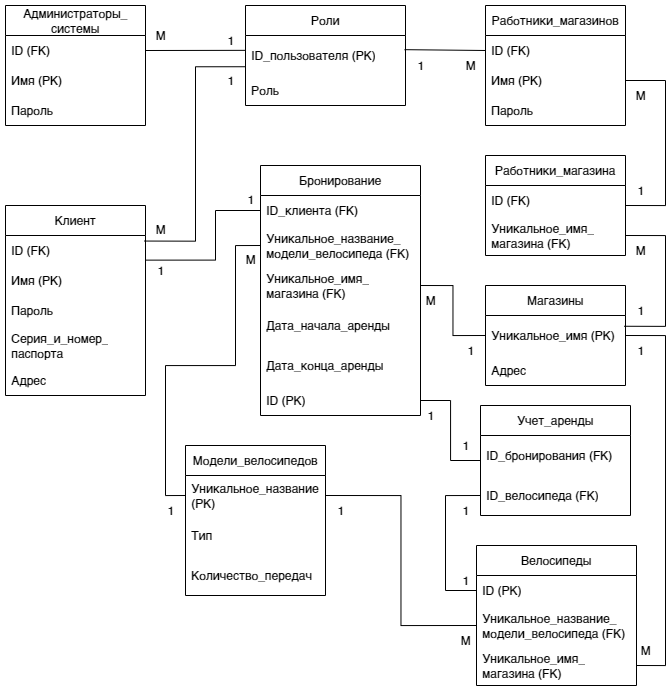
The draw.io diagram img/Диаграммы проката велосипедов-Реляционная модель.drawio.png in GeorgeAlwaysWin/BikeRent, before a commit. Source tidied: cells renumbered, new cells last; positions are measured from the earlier drawing's top-left corner, leaving out a move shared by most shapes.
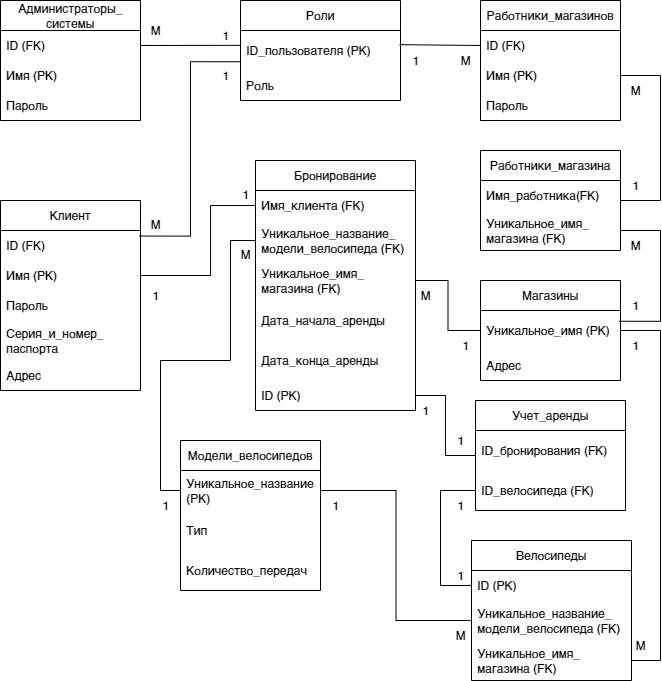
The same file after the commit.

The edit, as a diff of the source:
```diff
@@ -56,7 +56,7 @@
     <mxCell id="19" value="Работники_магазина" style="swimlane;fontStyle=0;horizontal=1;startSize=30;whiteSpace=wrap;html=1;strokeColor=default;align=center;verticalAlign=middle;fontFamily=Helvetica;fontSize=12;fontColor=default;labelBackgroundColor=default;fillColor=default;" parent="1" vertex="1">
       <mxGeometry x="480" y="150" width="140" height="100" as="geometry" />
     </mxCell>
-    <mxCell id="20" value="ID (FK)" style="text;strokeColor=none;fillColor=none;align=left;verticalAlign=middle;spacingLeft=4;spacingRight=4;overflow=hidden;whiteSpace=wrap;html=1;fontFamily=Helvetica;fontSize=12;fontColor=default;labelBackgroundColor=default;" parent="19" vertex="1">
+    <mxCell id="20" value="Имя_работника(FK)" style="text;strokeColor=none;fillColor=none;align=left;verticalAlign=middle;spacingLeft=4;spacingRight=4;overflow=hidden;whiteSpace=wrap;html=1;fontFamily=Helvetica;fontSize=12;fontColor=default;labelBackgroundColor=default;" parent="19" vertex="1">
       <mxGeometry y="30" width="140" height="30" as="geometry" />
     </mxCell>
     <mxCell id="21" value="Уникальное_имя_&lt;div&gt;магазина (FK)&lt;/div&gt;" style="text;strokeColor=none;fillColor=none;align=left;verticalAlign=middle;spacingLeft=4;spacingRight=4;overflow=hidden;points=[[0,0.5],[1,0.5]];portConstraint=eastwest;whiteSpace=wrap;html=1;fontFamily=Helvetica;fontSize=12;fontColor=default;labelBackgroundColor=default;" parent="19" vertex="1">
@@ -98,7 +98,7 @@
     <mxCell id="33" value="Бронирование" style="swimlane;fontStyle=0;horizontal=1;startSize=30;whiteSpace=wrap;html=1;strokeColor=default;align=center;verticalAlign=middle;fontFamily=Helvetica;fontSize=12;fontColor=default;labelBackgroundColor=default;fillColor=default;" parent="1" vertex="1">
       <mxGeometry x="255" y="160" width="160" height="250" as="geometry" />
     </mxCell>
-    <mxCell id="34" value="ID_клиента (FK)" style="text;strokeColor=none;fillColor=none;align=left;verticalAlign=middle;spacingLeft=4;spacingRight=4;overflow=hidden;points=[[0,0.5],[1,0.5]];portConstraint=eastwest;whiteSpace=wrap;html=1;fontFamily=Helvetica;fontSize=12;fontColor=default;labelBackgroundColor=default;" parent="33" vertex="1">
+    <mxCell id="34" value="Имя_клиента (FK)" style="text;strokeColor=none;fillColor=none;align=left;verticalAlign=middle;spacingLeft=4;spacingRight=4;overflow=hidden;points=[[0,0.5],[1,0.5]];portConstraint=eastwest;whiteSpace=wrap;html=1;fontFamily=Helvetica;fontSize=12;fontColor=default;labelBackgroundColor=default;" parent="33" vertex="1">
       <mxGeometry y="30" width="160" height="30" as="geometry" />
     </mxCell>
     <mxCell id="35" value="Уникальное_название_&lt;div&gt;модели_велосипеда&amp;nbsp;&lt;span style=&quot;background-color: light-dark(#ffffff, var(--ge-dark-color, #121212)); color: light-dark(rgb(0, 0, 0), rgb(255, 255, 255));&quot;&gt;(FK)&lt;/span&gt;&lt;/div&gt;" style="text;strokeColor=none;fillColor=none;align=left;verticalAlign=middle;spacingLeft=4;spacingRight=4;overflow=hidden;points=[[0,0.5],[1,0.5]];portConstraint=eastwest;whiteSpace=wrap;html=1;fontFamily=Helvetica;fontSize=12;fontColor=default;labelBackgroundColor=default;" parent="33" vertex="1">
@@ -152,10 +152,10 @@
     <mxCell id="51" value="М" style="text;html=1;align=center;verticalAlign=middle;strokeColor=none;fillColor=none;fontFamily=Helvetica;fontSize=12;fontColor=default;" parent="1" vertex="1">
       <mxGeometry x="450" y="45" width="30" height="30" as="geometry" />
     </mxCell>
-    <mxCell id="52" style="edgeStyle=orthogonalEdgeStyle;shape=connector;rounded=0;jettySize=auto;html=1;exitX=0.998;exitY=0.821;exitDx=0;exitDy=0;entryX=0;entryY=0.5;entryDx=0;entryDy=0;strokeColor=default;align=center;verticalAlign=middle;fontFamily=Helvetica;fontSize=12;fontColor=default;labelBackgroundColor=default;startFill=0;endArrow=none;endFill=0;exitPerimeter=0;" parent="1" edge="1" source="14" target="34">
+    <mxCell id="52" style="edgeStyle=orthogonalEdgeStyle;shape=connector;rounded=0;jettySize=auto;html=1;exitX=1;exitY=0.5;exitDx=0;exitDy=0;entryX=0;entryY=0.5;entryDx=0;entryDy=0;strokeColor=default;align=center;verticalAlign=middle;fontFamily=Helvetica;fontSize=12;fontColor=default;labelBackgroundColor=default;startFill=0;endArrow=none;endFill=0;" parent="1" edge="1" source="15" target="34">
       <mxGeometry relative="1" as="geometry">
         <Array as="points">
-          <mxPoint x="210" y="255" />
+          <mxPoint x="210" y="275" />
           <mxPoint x="210" y="205" />
         </Array>
       </mxGeometry>
@@ -164,7 +164,7 @@
       <mxGeometry x="230" y="179" width="30" height="30" as="geometry" />
     </mxCell>
     <mxCell id="54" value="1" style="text;html=1;align=center;verticalAlign=middle;strokeColor=none;fillColor=none;fontFamily=Helvetica;fontSize=12;fontColor=default;" parent="1" vertex="1">
-      <mxGeometry x="140" y="250" width="30" height="30" as="geometry" />
+      <mxGeometry x="140" y="280" width="30" height="30" as="geometry" />
     </mxCell>
     <mxCell id="55" style="edgeStyle=orthogonalEdgeStyle;shape=connector;rounded=0;jettySize=auto;html=1;exitX=0;exitY=0.5;exitDx=0;exitDy=0;entryX=0;entryY=0.5;entryDx=0;entryDy=0;strokeColor=default;align=center;verticalAlign=middle;fontFamily=Helvetica;fontSize=12;fontColor=default;labelBackgroundColor=default;startFill=0;endArrow=none;endFill=0;" parent="1" edge="1" source="30" target="35">
       <mxGeometry relative="1" as="geometry">
```
